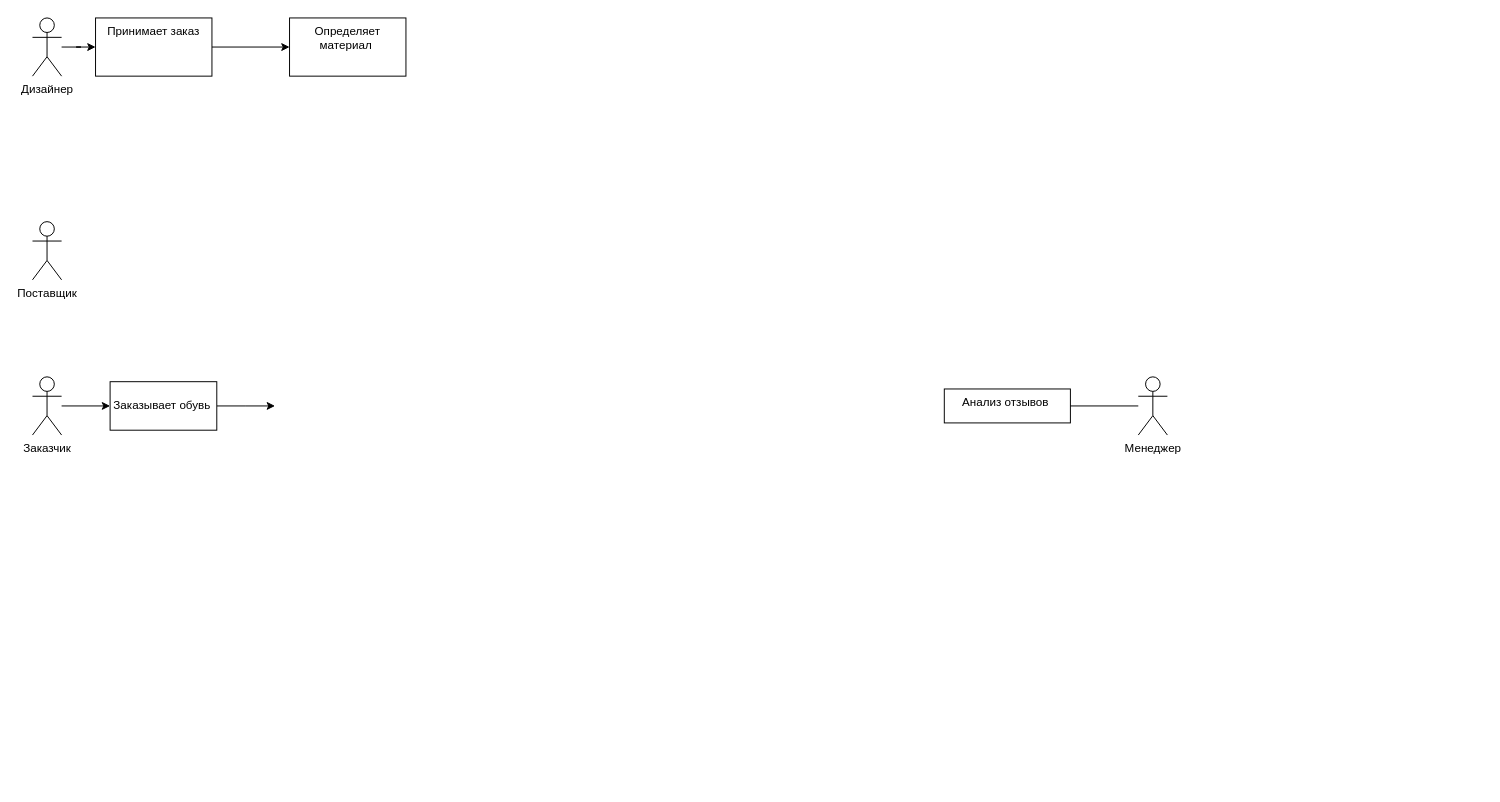
Earlier version of the draw.io diagram DFD.drawio (MorozovStanislav/Repozitory). Source tidied: cells renumbered, new cells numbered last; positions are measured from the earlier drawing's top-left corner, leaving out a move shared by most shapes. Both pictures are drawn from the tidied source at 97%, with x=0, y=0 at pixel (32, 17).
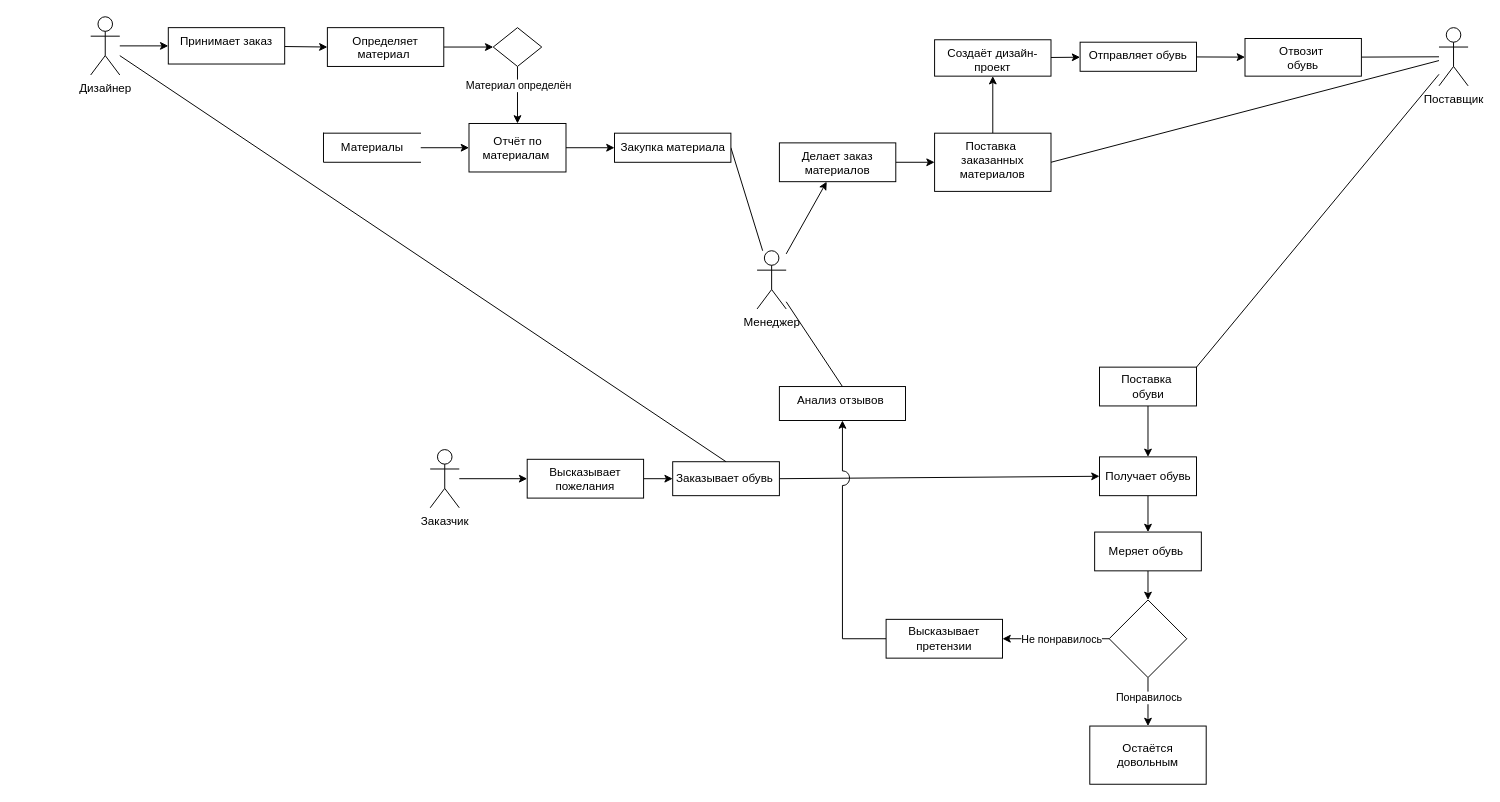
After the change.

Change to the diagram source:
```diff
@@
+    <mxCell id="15" style="edgeStyle=none;rounded=0;jettySize=auto;html=1;endArrow=classic;endFill=1;strokeColor=default;" parent="1" edge="1" source="2" target="32">
+      <mxGeometry relative="1" as="geometry" />
+    </mxCell>
     <mxCell id="2" value="Менеджер" style="shape=umlActor;verticalLabelPosition=bottom;verticalAlign=top;html=1;outlineConnect=0;" parent="1" vertex="1">
-      <mxGeometry x="1140" y="370" width="30" height="60" as="geometry" />
+      <mxGeometry x="747" y="240" width="30" height="60" as="geometry" />
     </mxCell>
+    <mxCell id="16" style="edgeStyle=none;rounded=0;jettySize=auto;html=1;endArrow=classic;endFill=1;strokeColor=#000000;" parent="1" edge="1" source="3" target="49">
+      <mxGeometry relative="1" as="geometry" />
+    </mxCell>
     <mxCell id="3" value="Заказчик" style="shape=umlActor;verticalLabelPosition=bottom;verticalAlign=top;html=1;outlineConnect=0;" parent="1" vertex="1">
-      <mxGeometry y="370" width="30" height="60" as="geometry" />
+      <mxGeometry x="410" y="445" width="30" height="60" as="geometry" />
     </mxCell>
     <mxCell id="4" value="Поставщик" style="shape=umlActor;verticalLabelPosition=bottom;verticalAlign=top;html=1;outlineConnect=0;" parent="1" vertex="1">
-      <mxGeometry y="210" width="30" height="60" as="geometry" />
+      <mxGeometry x="1450" y="10" width="30" height="60" as="geometry" />
     </mxCell>
@@
     <mxCell id="6" value="Дизайнер" style="shape=umlActor;verticalLabelPosition=bottom;verticalAlign=top;html=1;outlineConnect=0;" parent="1" vertex="1">
-      <mxGeometry width="30" height="60" as="geometry" />
+      <mxGeometry x="60" y="-1.2" width="30" height="60" as="geometry" />
     </mxCell>
-    <mxCell id="7" style="edgeStyle=orthogonalEdgeStyle;rounded=0;jettySize=auto;html=1;" parent="1" edge="1" source="8">
-      <mxGeometry relative="1" as="geometry">
-        <mxPoint x="250" y="400" as="targetPoint" />
-      </mxGeometry>
-    </mxCell>
+    <mxCell id="17" style="edgeStyle=none;rounded=0;jettySize=auto;html=1;exitX=1;exitY=0.5;exitDx=0;exitDy=0;entryX=0;entryY=0.5;entryDx=0;entryDy=0;endArrow=classic;endFill=1;strokeColor=#000000;" parent="1" edge="1" source="8" target="41">
+      <mxGeometry relative="1" as="geometry" />
+    </mxCell>
     <mxCell id="8" value="Заказывает обувь&amp;nbsp;" style="html=1;dashed=0;whitespace=wrap;" parent="1" vertex="1">
-      <mxGeometry x="80" y="375" width="110" height="50" as="geometry" />
+      <mxGeometry x="660" y="457.5" width="110" height="35" as="geometry" />
     </mxCell>
-    <mxCell id="9" style="endArrow=classic;html=1;rounded=0;edgeStyle=orthogonalEdgeStyle;entryX=0;entryY=0.5;entryDx=0;entryDy=0;" parent="1" edge="1" source="3" target="8">
-      <mxGeometry relative="1" as="geometry" />
-    </mxCell>
     <mxCell id="10" value="Анализ отзывов&amp;nbsp;" style="whiteSpace=wrap;html=1;verticalAlign=top;" parent="1" vertex="1">
-      <mxGeometry x="940" y="382.5" width="130" height="35" as="geometry" />
+      <mxGeometry x="770" y="380" width="130" height="35" as="geometry" />
     </mxCell>
-    <mxCell id="11" style="endArrow=none;html=1;rounded=0;labelBorderColor=none;edgeStyle=orthogonalEdgeStyle;exitX=1;exitY=0.5;exitDx=0;exitDy=0;" parent="1" edge="1" source="10" target="2">
+    <mxCell id="11" style="endArrow=none;html=1;rounded=0;labelBorderColor=none;exitX=0.5;exitY=0;exitDx=0;exitDy=0;" parent="1" edge="1" source="10" target="2">
       <mxGeometry relative="1" as="geometry" />
     </mxCell>
-    <mxCell id="12" style="edgeStyle=orthogonalEdgeStyle;rounded=0;jettySize=auto;html=1;labelBorderColor=none;" parent="1" edge="1" source="13" target="14">
+    <mxCell id="12" style="edgeStyle=none;rounded=0;jettySize=auto;html=1;entryX=0;entryY=0.5;entryDx=0;entryDy=0;endArrow=classic;endFill=1;strokeColor=default;" parent="1" edge="1" source="13" target="14">
       <mxGeometry relative="1" as="geometry" />
     </mxCell>
     <mxCell id="13" value="Принимает заказ" style="whiteSpace=wrap;html=1;verticalAlign=top;" parent="1" vertex="1">
-      <mxGeometry x="65" width="120" height="60" as="geometry" />
+      <mxGeometry x="140" y="10" width="120" height="37.5" as="geometry" />
     </mxCell>
+    <mxCell id="18" style="edgeStyle=orthogonalEdgeStyle;rounded=0;jettySize=auto;html=1;" parent="1" edge="1" source="14" target="21">
+      <mxGeometry relative="1" as="geometry" />
+    </mxCell>
     <mxCell id="14" value="Определяет материал&amp;nbsp;" style="whiteSpace=wrap;html=1;verticalAlign=top;" parent="1" vertex="1">
-      <mxGeometry x="265" width="120" height="60" as="geometry" />
+      <mxGeometry x="304" y="10" width="120" height="40" as="geometry" />
     </mxCell>
+    <mxCell id="19" style="edgeStyle=orthogonalEdgeStyle;rounded=0;jettySize=auto;html=1;entryX=0.5;entryY=0;entryDx=0;entryDy=0;" parent="1" edge="1" source="21" target="25">
+      <mxGeometry relative="1" as="geometry" />
+    </mxCell>
+    <mxCell id="20" value="Материал определён" style="edgeLabel;html=1;align=center;verticalAlign=middle;" parent="19" vertex="1">
+      <mxGeometry x="-0.35" relative="1" as="geometry" />
+    </mxCell>
+    <mxCell id="21" style="rhombus;whiteSpace=wrap;html=1;verticalAlign=top;" parent="1" vertex="1">
+      <mxGeometry x="475" y="10" width="50" height="40" as="geometry" />
+    </mxCell>
+    <mxCell id="22" style="edgeStyle=none;rounded=0;jettySize=auto;html=1;endArrow=classic;endFill=1;strokeColor=default;" parent="1" edge="1" source="23" target="34">
+      <mxGeometry relative="1" as="geometry" />
+    </mxCell>
+    <mxCell id="23" value="Создаёт дизайн-проект" style="whiteSpace=wrap;html=1;verticalAlign=top;" parent="1" vertex="1">
+      <mxGeometry x="930" y="22.5" width="120" height="37.5" as="geometry" />
+    </mxCell>
+    <mxCell id="24" style="edgeStyle=none;rounded=0;jettySize=auto;html=1;entryX=0;entryY=0.5;entryDx=0;entryDy=0;endArrow=classic;endFill=1;strokeColor=default;exitX=1;exitY=0.5;exitDx=0;exitDy=0;" parent="1" edge="1" source="25" target="28">
+      <mxGeometry relative="1" as="geometry" />
+    </mxCell>
+    <mxCell id="25" value="Отчёт по &lt;br&gt;материалам&amp;nbsp;" style="html=1;dashed=0;whitespace=wrap;" parent="1" vertex="1">
+      <mxGeometry x="450" y="108.8" width="100" height="50" as="geometry" />
+    </mxCell>
+    <mxCell id="26" style="edgeStyle=none;rounded=0;jettySize=auto;html=1;entryX=0;entryY=0.5;entryDx=0;entryDy=0;startArrow=none;" parent="1" edge="1" source="30" target="25">
+      <mxGeometry relative="1" as="geometry" />
+    </mxCell>
+    <mxCell id="27" style="rounded=0;jettySize=auto;html=1;exitX=1;exitY=0.5;exitDx=0;exitDy=0;strokeColor=default;endArrow=none;endFill=0;" parent="1" edge="1" source="28" target="2">
+      <mxGeometry relative="1" as="geometry" />
+    </mxCell>
+    <mxCell id="28" value="Закупка материала" style="html=1;dashed=0;whitespace=wrap;" parent="1" vertex="1">
+      <mxGeometry x="600" y="118.8" width="120" height="30" as="geometry" />
+    </mxCell>
+    <mxCell id="29" style="edgeStyle=none;rounded=0;orthogonalLoop=1;jettySize=auto;html=1;exitX=0.5;exitY=1;exitDx=0;exitDy=0;" parent="1" edge="1" source="28" target="28">
+      <mxGeometry relative="1" as="geometry" />
+    </mxCell>
+    <mxCell id="30" value="Материалы" style="html=1;dashed=0;whitespace=wrap;shape=partialRectangle;right=0;" parent="1" vertex="1">
+      <mxGeometry x="300" y="118.8" width="100" height="30" as="geometry" />
+    </mxCell>
+    <mxCell id="31" style="edgeStyle=none;rounded=0;jettySize=auto;html=1;endArrow=classic;endFill=1;strokeColor=default;" parent="1" edge="1" source="32" target="39">
+      <mxGeometry relative="1" as="geometry" />
+    </mxCell>
+    <mxCell id="32" value="Делает заказ материалов" style="whiteSpace=wrap;html=1;verticalAlign=top;" parent="1" vertex="1">
+      <mxGeometry x="770" y="128.8" width="120" height="40" as="geometry" />
+    </mxCell>
+    <mxCell id="33" style="edgeStyle=none;rounded=0;jettySize=auto;html=1;endArrow=classic;endFill=1;strokeColor=default;" parent="1" edge="1" source="34" target="36">
+      <mxGeometry relative="1" as="geometry" />
+    </mxCell>
+    <mxCell id="34" value="Отправляет обувь" style="whiteSpace=wrap;html=1;verticalAlign=top;" parent="1" vertex="1">
+      <mxGeometry x="1080" y="25" width="120" height="30" as="geometry" />
+    </mxCell>
+    <mxCell id="35" style="edgeStyle=none;rounded=0;jettySize=auto;html=1;endArrow=none;endFill=0;strokeColor=default;" parent="1" edge="1" source="36" target="4">
+      <mxGeometry relative="1" as="geometry" />
+    </mxCell>
+    <mxCell id="36" value="Отвозит&amp;nbsp;&lt;br&gt;обувь" style="whiteSpace=wrap;html=1;verticalAlign=top;" parent="1" vertex="1">
+      <mxGeometry x="1250" y="21.2" width="120" height="38.8" as="geometry" />
+    </mxCell>
+    <mxCell id="37" style="edgeStyle=none;rounded=0;jettySize=auto;html=1;exitX=1;exitY=0.5;exitDx=0;exitDy=0;endArrow=none;endFill=0;strokeColor=default;" parent="1" edge="1" source="39" target="4">
+      <mxGeometry relative="1" as="geometry" />
+    </mxCell>
+    <mxCell id="38" style="edgeStyle=none;rounded=0;jettySize=auto;html=1;exitX=0.5;exitY=0;exitDx=0;exitDy=0;entryX=0.5;entryY=1;entryDx=0;entryDy=0;endArrow=classic;endFill=1;strokeColor=#000000;" parent="1" edge="1" source="39" target="23">
+      <mxGeometry relative="1" as="geometry" />
+    </mxCell>
+    <mxCell id="39" value="Поставка&amp;nbsp;&lt;br&gt;заказанных&lt;br&gt;материалов" style="whiteSpace=wrap;html=1;verticalAlign=top;" parent="1" vertex="1">
+      <mxGeometry x="930" y="118.8" width="120" height="60" as="geometry" />
+    </mxCell>
+    <mxCell id="40" style="edgeStyle=none;rounded=0;jettySize=auto;html=1;endArrow=classic;endFill=1;strokeColor=default;" parent="1" edge="1" source="41" target="43">
+      <mxGeometry relative="1" as="geometry" />
+    </mxCell>
+    <mxCell id="41" value="Получает обувь" style="html=1;dashed=0;whitespace=wrap;" parent="1" vertex="1">
+      <mxGeometry x="1100" y="452.5" width="100" height="40" as="geometry" />
+    </mxCell>
+    <mxCell id="42" style="edgeStyle=none;rounded=0;jettySize=auto;html=1;endArrow=classic;endFill=1;strokeColor=#000000;" parent="1" edge="1" source="43" target="55">
+      <mxGeometry relative="1" as="geometry" />
+    </mxCell>
+    <mxCell id="43" value="Меряет обувь&amp;nbsp;" style="whiteSpace=wrap;html=1;dashed=0;" parent="1" vertex="1">
+      <mxGeometry x="1095" y="530" width="110" height="40" as="geometry" />
+    </mxCell>
+    <mxCell id="44" style="edgeStyle=none;rounded=0;jettySize=auto;html=1;entryX=0.5;entryY=0;entryDx=0;entryDy=0;endArrow=classic;endFill=1;strokeColor=#000000;" parent="1" edge="1" source="46" target="41">
+      <mxGeometry relative="1" as="geometry" />
+    </mxCell>
+    <mxCell id="45" style="edgeStyle=none;rounded=0;jettySize=auto;html=1;exitX=1;exitY=0;exitDx=0;exitDy=0;endArrow=none;endFill=0;strokeColor=#000000;" parent="1" edge="1" source="46" target="4">
+      <mxGeometry relative="1" as="geometry" />
+    </mxCell>
+    <mxCell id="46" value="Поставка&amp;nbsp;&lt;br&gt;обуви" style="html=1;dashed=0;whitespace=wrap;" parent="1" vertex="1">
+      <mxGeometry x="1100" y="360" width="100" height="40" as="geometry" />
+    </mxCell>
+    <mxCell id="47" style="edgeStyle=none;rounded=0;jettySize=auto;html=1;endArrow=none;endFill=0;strokeColor=#000000;exitX=0.5;exitY=0;exitDx=0;exitDy=0;" parent="1" edge="1" source="8" target="6">
+      <mxGeometry relative="1" as="geometry" />
+    </mxCell>
+    <mxCell id="48" style="edgeStyle=none;rounded=0;jettySize=auto;html=1;exitX=1;exitY=0.5;exitDx=0;exitDy=0;entryX=0;entryY=0.5;entryDx=0;entryDy=0;endArrow=classic;endFill=1;strokeColor=#000000;" parent="1" edge="1" source="49" target="8">
+      <mxGeometry relative="1" as="geometry" />
+    </mxCell>
+    <mxCell id="49" value="Высказывает пожелания" style="whiteSpace=wrap;html=1;verticalAlign=top;" parent="1" vertex="1">
+      <mxGeometry x="510" y="455" width="120" height="40" as="geometry" />
+    </mxCell>
+    <mxCell id="50" style="edgeStyle=none;rounded=0;orthogonalLoop=1;jettySize=auto;html=1;entryX=1;entryY=0.5;entryDx=0;entryDy=0;endArrow=none;endFill=0;strokeColor=#000000;" parent="1" edge="1" source="49" target="49">
+      <mxGeometry relative="1" as="geometry" />
+    </mxCell>
+    <mxCell id="51" style="edgeStyle=none;rounded=0;jettySize=auto;html=1;endArrow=classic;endFill=1;strokeColor=#000000;" parent="1" edge="1" source="55" target="56">
+      <mxGeometry relative="1" as="geometry" />
+    </mxCell>
+    <mxCell id="52" value="Понравилось" style="edgeLabel;html=1;align=center;verticalAlign=middle;" parent="51" vertex="1">
+      <mxGeometry x="0.4" y="2" relative="1" as="geometry">
+        <mxPoint x="-2" y="-15" as="offset" />
+      </mxGeometry>
+    </mxCell>
+    <mxCell id="53" style="edgeStyle=none;rounded=0;jettySize=auto;html=1;endArrow=classic;endFill=1;strokeColor=#000000;" parent="1" edge="1" source="55" target="58">
+      <mxGeometry relative="1" as="geometry" />
+    </mxCell>
+    <mxCell id="54" value="Не понравилось" style="edgeLabel;html=1;align=center;verticalAlign=middle;" parent="53" vertex="1">
+      <mxGeometry x="-0.21" y="2" relative="1" as="geometry">
+        <mxPoint x="-7" y="-2" as="offset" />
+      </mxGeometry>
+    </mxCell>
+    <mxCell id="55" style="rhombus;whiteSpace=wrap;html=1;dashed=0;" parent="1" vertex="1">
+      <mxGeometry x="1110" y="600" width="80" height="80" as="geometry" />
+    </mxCell>
+    <mxCell id="56" value="Остаётся&lt;br&gt;довольным" style="whiteSpace=wrap;html=1;dashed=0;" parent="1" vertex="1">
+      <mxGeometry x="1090" y="730" width="120" height="60" as="geometry" />
+    </mxCell>
+    <mxCell id="57" style="edgeStyle=none;rounded=0;jettySize=auto;html=1;entryX=0.5;entryY=1;entryDx=0;entryDy=0;endArrow=classic;endFill=1;strokeColor=#000000;jumpStyle=arc;jumpSize=15;" parent="1" edge="1" source="58" target="10">
+      <mxGeometry relative="1" as="geometry">
+        <Array as="points">
+          <mxPoint x="835" y="640" />
+        </Array>
+      </mxGeometry>
+    </mxCell>
+    <mxCell id="58" value="Высказывает&lt;br&gt;претензии" style="whiteSpace=wrap;html=1;dashed=0;" parent="1" vertex="1">
+      <mxGeometry x="880" y="620" width="120" height="40" as="geometry" />
+    </mxCell>
```
